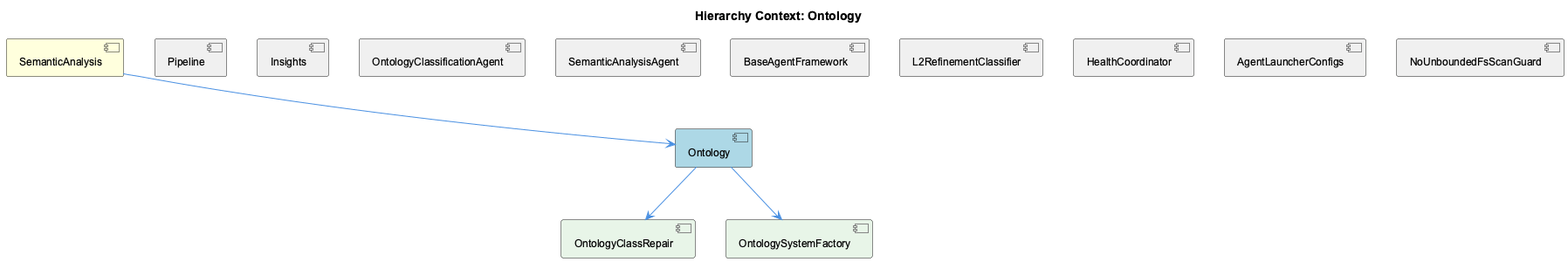
Above: knowledge-management/insights/images/ontology-relationship.png in fwornle/coding (PlantUML), before the change.
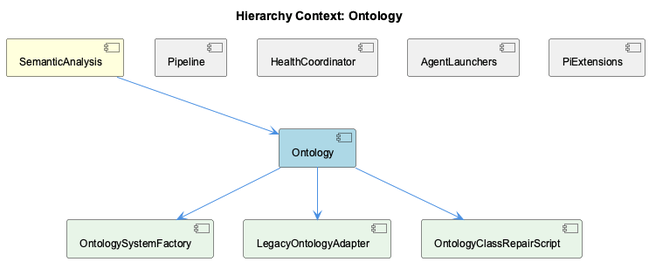
Later version of the same file.

The edit, as a diff of the source:
```diff
@@ -6,28 +6,20 @@
 [SemanticAnalysis] as semantic_analysis #FFFFDD
 [Ontology] as ontology #LightBlue
 [Pipeline] as pipeline #F0F0F0
-[Insights] as insights #F0F0F0
-[OntologyClassificationAgent] as ontology_classification_agent #F0F0F0
-[SemanticAnalysisAgent] as semantic_analysis_agent #F0F0F0
-[BaseAgentFramework] as base_agent_framework #F0F0F0
-[L2RefinementClassifier] as l2_refinement_classifier #F0F0F0
 [HealthCoordinator] as health_coordinator #F0F0F0
-[AgentLauncherConfigs] as agent_launcher_configs #F0F0F0
-[NoUnboundedFsScanGuard] as no_unbounded_fs_scan_guard #F0F0F0
-[OntologyClassRepair] as ontology_class_repair #E8F5E8
+[AgentLaunchers] as agent_launchers #F0F0F0
+[PiExtensions] as pi_extensions #F0F0F0
 [OntologySystemFactory] as ontology_system_factory #E8F5E8
+[LegacyOntologyAdapter] as legacy_ontology_adapter #E8F5E8
+[OntologyClassRepairScript] as ontology_class_repair_script #E8F5E8
 
 semantic_analysis --> ontology
 pipeline -[hidden]- ontology
-insights -[hidden]- ontology
-ontology_classification_agent -[hidden]- ontology
-semantic_analysis_agent -[hidden]- ontology
-base_agent_framework -[hidden]- ontology
-l2_refinement_classifier -[hidden]- ontology
 health_coordinator -[hidden]- ontology
-agent_launcher_configs -[hidden]- ontology
-no_unbounded_fs_scan_guard -[hidden]- ontology
-ontology --> ontology_class_repair
+agent_launchers -[hidden]- ontology
+pi_extensions -[hidden]- ontology
 ontology --> ontology_system_factory
+ontology --> legacy_ontology_adapter
+ontology --> ontology_class_repair_script
 
 @enduml
```
